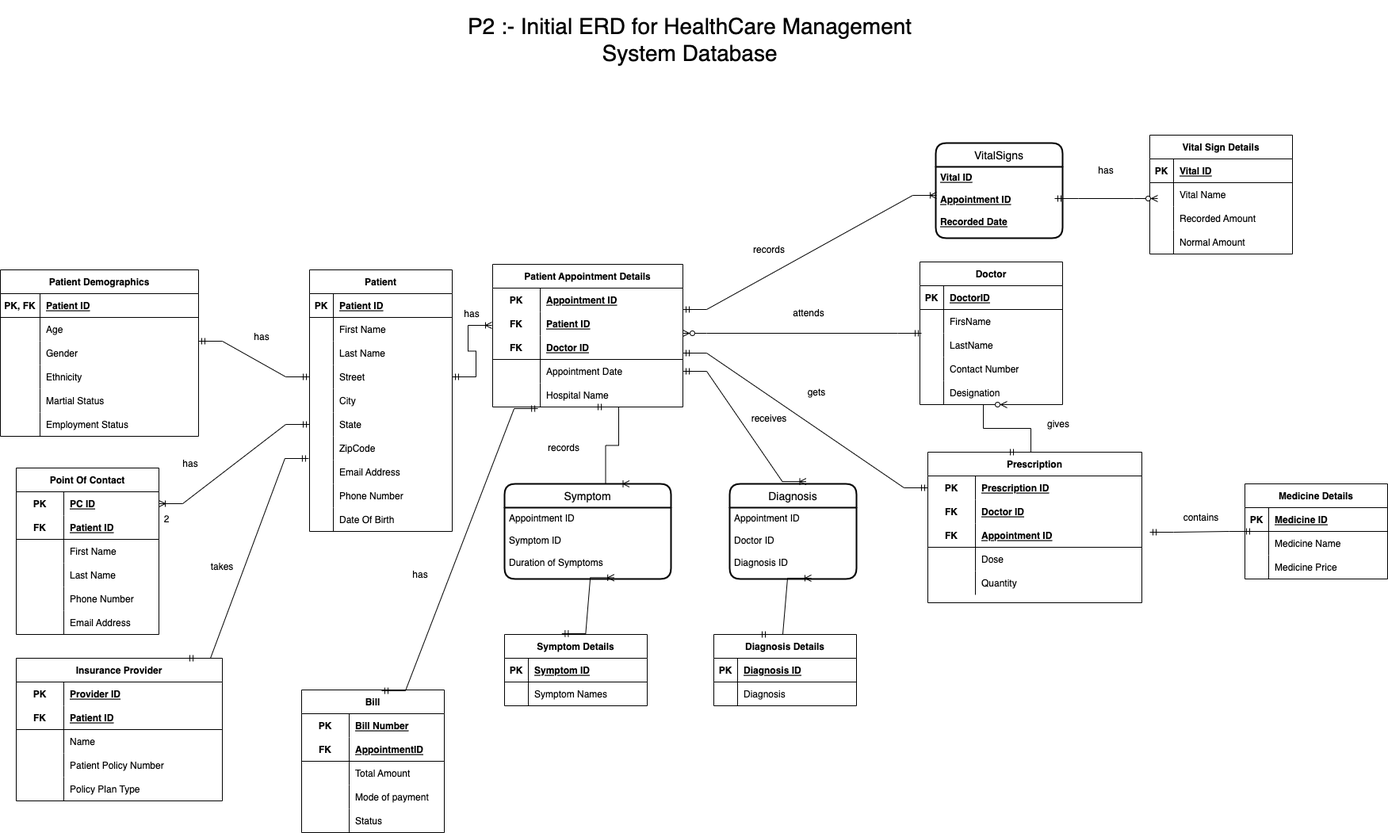
Earlier version of the draw.io export P2-Team19.png (shivanidatar/HealthCareDBSystem-GUI). Source tidied: cells renumbered, new cells last; positions are measured from the earlier drawing's top-left corner, leaving out a move shared by most shapes.
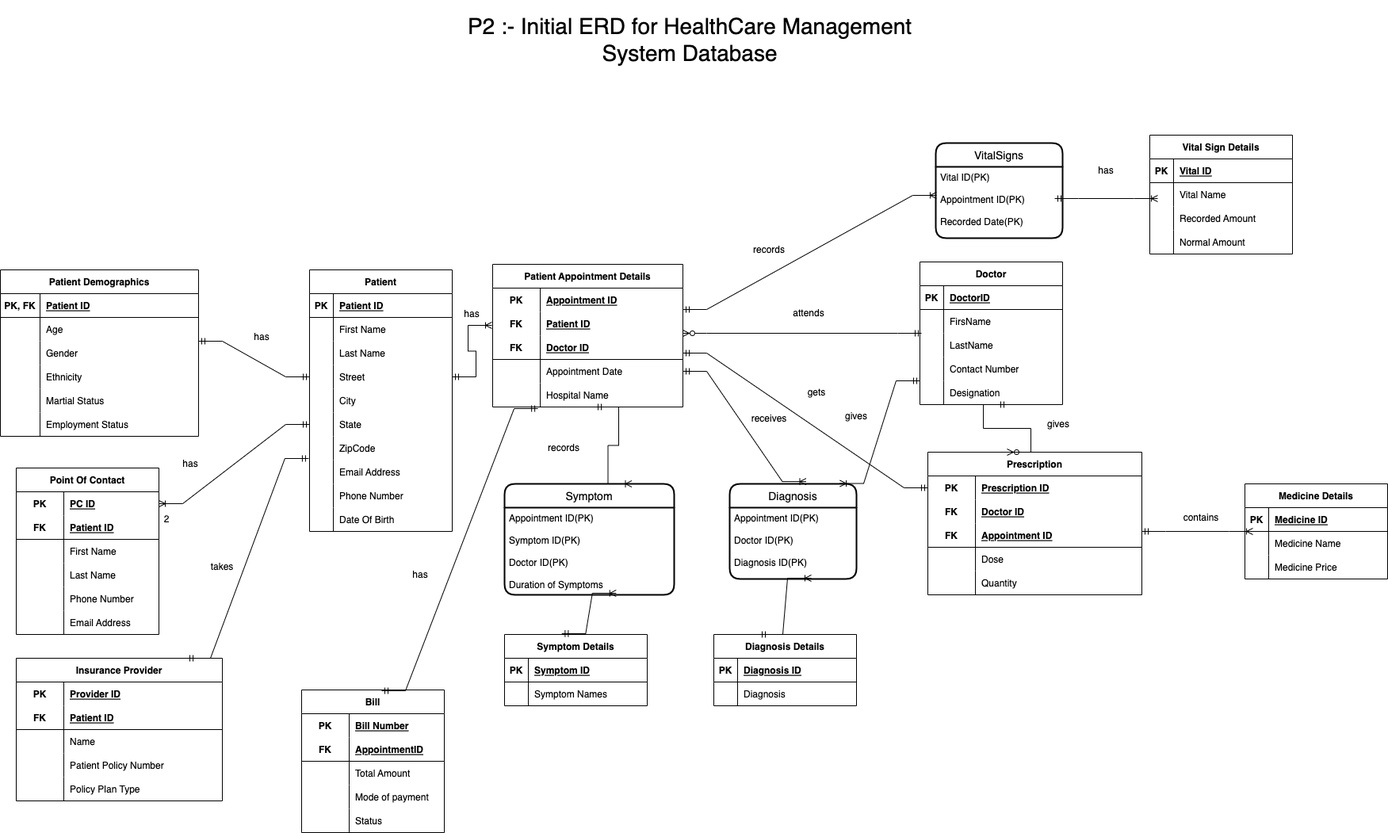
Above is the later version.

Change to the diagram source:
```diff
@@ -329,15 +329,15 @@
       <mxGeometry x="60" width="180" height="30" as="geometry" />
     </mxCell>
     <mxCell id="110" value="Symptom" style="swimlane;horizontal=1;startSize=30;rounded=1;fontSize=14;fontStyle=0;strokeWidth=2;shadow=0;dashed=0;align=center;" parent="1" vertex="1">
-      <mxGeometry x="636" y="610" width="210" height="120" as="geometry" />
+      <mxGeometry x="636" y="610" width="214" height="140" as="geometry" />
     </mxCell>
-    <mxCell id="111" value="Appointment ID&#10;&#10;Symptom ID&#10;&#10;Duration of Symptoms" style="align=left;strokeColor=none;fillColor=none;spacingLeft=4;fontSize=12;verticalAlign=top;" parent="110" vertex="1">
-      <mxGeometry y="30" width="210" height="90" as="geometry" />
+    <mxCell id="111" value="Appointment ID(PK)&#10;&#10;Symptom ID(PK)&#10;&#10;Doctor ID(PK)&#10;&#10;Duration of Symptoms" style="align=left;strokeColor=none;fillColor=none;spacingLeft=4;fontSize=12;verticalAlign=top;fontStyle=0;" parent="110" vertex="1">
+      <mxGeometry y="30" width="214" height="110" as="geometry" />
     </mxCell>
     <mxCell id="112" value="Diagnosis" style="swimlane;horizontal=1;startSize=30;rounded=1;fontSize=14;fontStyle=0;strokeWidth=2;shadow=0;dashed=0;align=center;" parent="1" vertex="1">
       <mxGeometry x="920" y="610" width="160" height="120" as="geometry" />
     </mxCell>
-    <mxCell id="113" value="Appointment ID&#10;&#10;Doctor ID&#10;&#10;Diagnosis ID" style="align=left;strokeColor=none;fillColor=none;spacingLeft=4;fontSize=12;verticalAlign=top;" parent="112" vertex="1">
+    <mxCell id="113" value="Appointment ID(PK)&#10;&#10;Doctor ID(PK)&#10;&#10;Diagnosis ID(PK)" style="align=left;strokeColor=none;fillColor=none;spacingLeft=4;fontSize=12;verticalAlign=top;" parent="112" vertex="1">
       <mxGeometry y="30" width="160" height="90" as="geometry" />
     </mxCell>
     <mxCell id="114" value="Symptom Details" style="shape=table;startSize=30;rowLines=0;fontStyle=1;align=center;" parent="1" vertex="1">
@@ -510,7 +510,7 @@
       <mxGeometry x="60" width="120" height="30" as="geometry" />
     </mxCell>
     <mxCell id="168" value="Prescription" style="shape=table;startSize=30;rowLines=0;fontStyle=1;align=center;" parent="1" vertex="1">
-      <mxGeometry x="1170" y="570" width="270" height="190" as="geometry" />
+      <mxGeometry x="1170" y="570" width="270" height="180" as="geometry" />
     </mxCell>
     <mxCell id="169" style="shape=tableRow;horizontal=0;startSize=0;swimlaneHead=0;swimlaneBody=0;fillColor=none;points=[[0,0.5],[1,0.5]];portConstraint=eastwest;top=0;left=0;right=0;bottom=0;" parent="168" vertex="1">
       <mxGeometry y="30" width="270" height="30" as="geometry" />
@@ -565,7 +565,7 @@
     <mxCell id="185" value="gets" style="text;html=1;strokeColor=none;fillColor=none;align=center;verticalAlign=middle;whiteSpace=wrap;rounded=0;" parent="1" vertex="1">
       <mxGeometry x="1000" y="480" width="60" height="30" as="geometry" />
     </mxCell>
-    <mxCell id="186" style="edgeStyle=entityRelationEdgeStyle;fontSize=12;html=1;endArrow=ERzeroToMany;startArrow=ERmandOne;rounded=0;" parent="1" edge="1">
+    <mxCell id="186" style="edgeStyle=entityRelationEdgeStyle;fontSize=12;html=1;endArrow=ERmandOne;startArrow=ERzeroToMany;rounded=0;startFill=0;endFill=0;" parent="1" edge="1">
       <mxGeometry relative="1" as="geometry">
         <mxPoint x="1270" y="570" as="sourcePoint" />
         <mxPoint x="1270" y="510" as="targetPoint" />
@@ -616,7 +616,7 @@
     <mxCell id="201" value="VitalSigns" style="swimlane;horizontal=1;startSize=30;rounded=1;fontSize=14;fontStyle=0;strokeWidth=2;shadow=0;dashed=0;align=center;" parent="1" vertex="1">
       <mxGeometry x="1180" y="180" width="160" height="120" as="geometry" />
     </mxCell>
-    <mxCell id="202" value="Vital ID&#10;&#10;Appointment ID&#10;&#10;Recorded Date" style="align=left;strokeColor=none;fillColor=none;spacingLeft=4;fontSize=12;verticalAlign=top;fontStyle=5;" parent="201" vertex="1">
+    <mxCell id="202" value="Vital ID(PK)&#10;&#10;Appointment ID(PK)&#10;&#10;Recorded Date(PK)" style="align=left;strokeColor=none;fillColor=none;spacingLeft=4;fontSize=12;verticalAlign=top;fontStyle=0;" parent="201" vertex="1">
       <mxGeometry y="30" width="160" height="90" as="geometry" />
     </mxCell>
     <mxCell id="203" value="Vital Sign Details" style="shape=table;startSize=30;rowLines=0;fontStyle=1;align=center;" parent="1" vertex="1">
@@ -658,13 +658,13 @@
     <mxCell id="215" value="Normal Amount" style="shape=partialRectangle;fillColor=none;top=0;left=0;bottom=0;right=0;align=left;spacingLeft=6;overflow=hidden;" parent="213" vertex="1">
       <mxGeometry x="30" width="150" height="30" as="geometry" />
     </mxCell>
-    <mxCell id="216" style="edgeStyle=entityRelationEdgeStyle;fontSize=12;html=1;endArrow=ERmandOne;startArrow=ERmandOne;rounded=0;exitX=0.402;exitY=-0.012;exitDx=0;exitDy=0;exitPerimeter=0;entryX=0;entryY=0.667;entryDx=0;entryDy=0;entryPerimeter=0;" parent="1" edge="1">
+    <mxCell id="216" style="edgeStyle=entityRelationEdgeStyle;fontSize=12;html=1;endArrow=ERoneToMany;startArrow=ERmandOne;rounded=0;entryX=0;entryY=0.667;entryDx=0;entryDy=0;entryPerimeter=0;endFill=0;" parent="1" edge="1">
       <mxGeometry relative="1" as="geometry">
-        <mxPoint x="1450" y="671" as="sourcePoint" />
+        <mxPoint x="1440" y="670" as="sourcePoint" />
         <mxPoint x="1580" y="670" as="targetPoint" />
       </mxGeometry>
     </mxCell>
-    <mxCell id="217" style="edgeStyle=entityRelationEdgeStyle;fontSize=12;html=1;endArrow=ERzeroToMany;startArrow=ERmandOne;rounded=0;" parent="1" edge="1">
+    <mxCell id="217" style="edgeStyle=entityRelationEdgeStyle;fontSize=12;html=1;endArrow=ERoneToMany;startArrow=ERmandOne;rounded=0;endFill=0;" parent="1" edge="1">
       <mxGeometry relative="1" as="geometry">
         <mxPoint x="1330" y="250" as="sourcePoint" />
         <mxPoint x="1460" y="250" as="targetPoint" />
@@ -692,5 +692,11 @@
     <mxCell id="223" value="&lt;font style=&quot;font-size: 12px;&quot;&gt;has&lt;/font&gt;" style="text;html=1;strokeColor=none;fillColor=none;align=center;verticalAlign=middle;whiteSpace=wrap;rounded=0;fontSize=28;" parent="1" vertex="1">
       <mxGeometry x="580" y="380" width="30" height="20" as="geometry" />
     </mxCell>
+    <mxCell id="224" style="edgeStyle=entityRelationEdgeStyle;fontSize=12;html=1;endArrow=ERmandOne;startArrow=ERoneToMany;rounded=0;startFill=0;endFill=0;entryX=0;entryY=1;entryDx=0;entryDy=0;entryPerimeter=0;exitX=0.869;exitY=-0.004;exitDx=0;exitDy=0;exitPerimeter=0;" parent="1" edge="1" source="112" target="144">
+      <mxGeometry relative="1" as="geometry" />
+    </mxCell>
+    <mxCell id="225" value="gives" style="text;html=1;strokeColor=none;fillColor=none;align=center;verticalAlign=middle;whiteSpace=wrap;rounded=0;" parent="1" vertex="1">
+      <mxGeometry x="1050" y="510" width="60" height="30" as="geometry" />
+    </mxCell>
   </root>
 </mxGraphModel>
```
